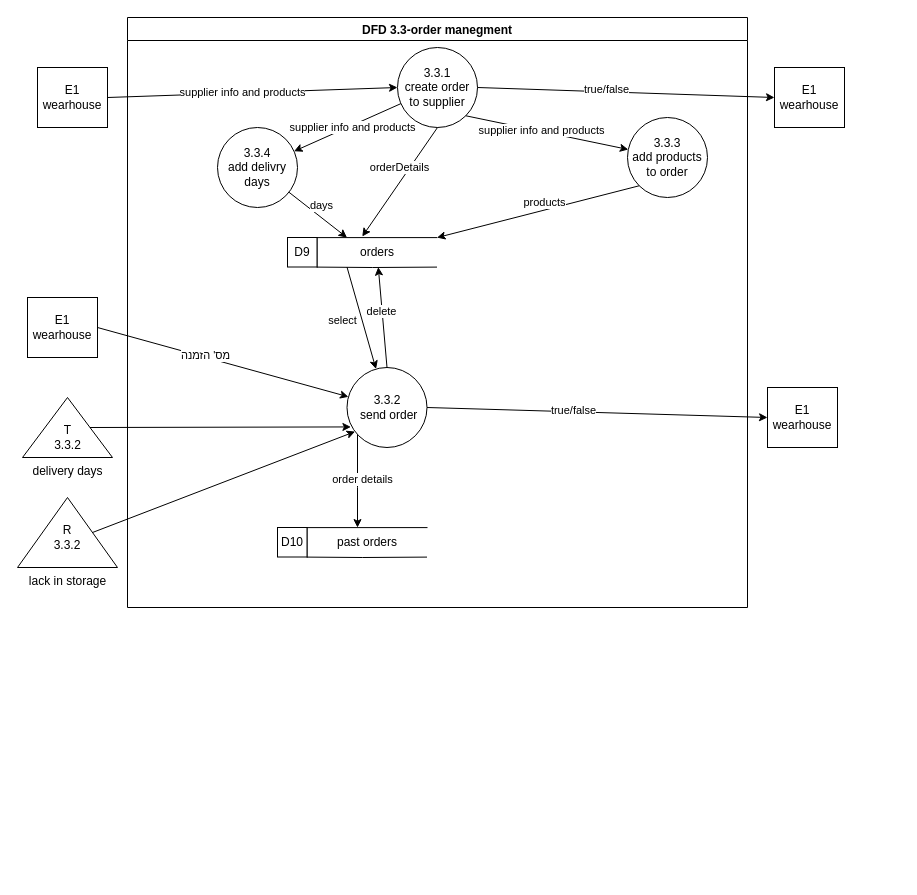
Earlier version of the draw.io diagram page "dfd3.3" (4 of 4) of docs/DFD/DFD3_Supplier.drawio (Naveavra/Market). Source tidied: cells renumbered, new cells numbered last; positions are measured from the earlier drawing's top-left corner, leaving out a move shared by most shapes. Both pictures are drawn from the tidied source at 100%, with x=0, y=0 at pixel (17, 17).
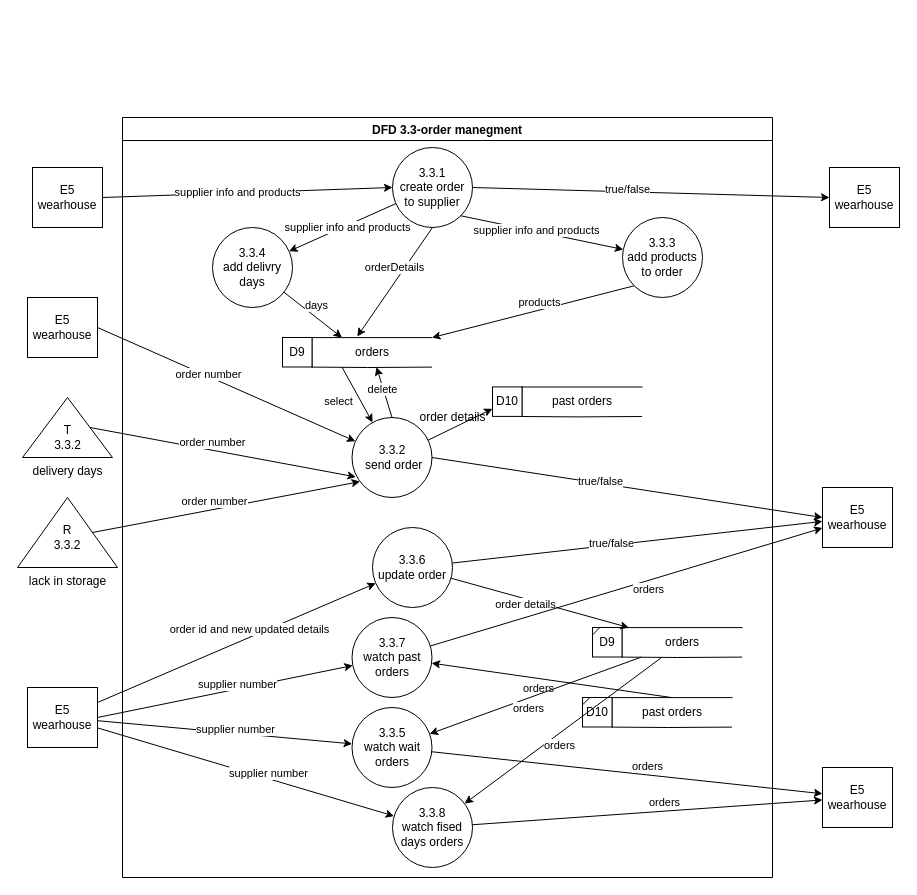
The same diagram, later.

Unchanged cells that the change refers to:
```xml
<mxCell id="28" value="past orders" style="shape=partialRectangle;whiteSpace=wrap;html=1;bottom=0;right=0;fillColor=none;" parent="27" vertex="1">
  <mxGeometry x="29.5" y="0.1" width="120" height="29.5" as="geometry" />
</mxCell>
<mxCell id="30" value="D10" style="whiteSpace=wrap;html=1;" parent="27" vertex="1">
  <mxGeometry width="29.5" height="29.5" as="geometry" />
</mxCell>
<mxCell id="38" style="endArrow=classic;html=1;rounded=0;exitX=1;exitY=0.5;exitDx=0;exitDy=0;" parent="1" edge="1" source="37" target="8">
  <mxGeometry relative="1" as="geometry" />
</mxCell>
<mxCell id="45" style="endArrow=classic;html=1;rounded=0;exitX=0;exitY=0;exitDx=67.5;exitDy=30;exitPerimeter=0;entryX=0.049;entryY=0.743;entryDx=0;entryDy=0;entryPerimeter=0;" parent="1" edge="1" source="43" target="8">
  <mxGeometry relative="1" as="geometry" />
</mxCell>
<mxCell id="46" style="endArrow=classic;html=1;rounded=0;exitX=0;exitY=0;exitDx=75;exitDy=35;entryX=0.101;entryY=0.801;entryDx=0;entryDy=0;entryPerimeter=0;exitPerimeter=0;" parent="1" edge="1" source="47" target="8">
  <mxGeometry relative="1" as="geometry" />
</mxCell>
```

The edit, as a diff of the source:
```diff
@@
     <mxCell id="2" value="DFD 3.3-order manegment" style="swimlane;" parent="1" vertex="1">
-      <mxGeometry x="110" width="620" height="590" as="geometry" />
+      <mxGeometry x="105" y="100" width="650" height="760" as="geometry" />
     </mxCell>
@@
-    <mxCell id="6" style="edgeStyle=orthogonalEdgeStyle;rounded=0;jettySize=auto;html=1;" parent="2" edge="1" source="8" target="28">
-      <mxGeometry relative="1" as="geometry">
-        <Array as="points">
-          <mxPoint x="230" y="470" />
-          <mxPoint x="230" y="470" />
-        </Array>
-      </mxGeometry>
-    </mxCell>
-    <mxCell id="7" value="order details" style="edgeLabel;html=1;align=center;verticalAlign=middle;" parent="6" vertex="1">
-      <mxGeometry x="-0.05" y="4" relative="1" as="geometry" />
-    </mxCell>
     <mxCell id="8" value="3.3.2&lt;br&gt;&amp;nbsp;send order" style="ellipse;whiteSpace=wrap;html=1;" parent="2" vertex="1">
-      <mxGeometry x="219.5" y="350" width="80" height="80" as="geometry" />
+      <mxGeometry x="229.5" y="300" width="80" height="80" as="geometry" />
     </mxCell>
@@
     <mxCell id="27" style="group;" parent="2" vertex="1">
-      <mxGeometry x="150" y="510" width="149.5" height="29.6" as="geometry" />
+      <mxGeometry x="370" y="269.4" width="149.5" height="29.6" as="geometry" />
     </mxCell>
@@
+    <mxCell id="49" value="3.3.6&lt;br&gt;update order" style="ellipse;whiteSpace=wrap;html=1;" parent="2" vertex="1">
+      <mxGeometry x="250" y="410" width="80" height="80" as="geometry" />
+    </mxCell>
+    <mxCell id="50" value="3.3.5&lt;br&gt;watch wait orders" style="ellipse;whiteSpace=wrap;html=1;" parent="2" vertex="1">
+      <mxGeometry x="229.5" y="590" width="80" height="80" as="geometry" />
+    </mxCell>
+    <mxCell id="51" value="3.3.7&lt;br&gt;watch past orders" style="ellipse;whiteSpace=wrap;html=1;" parent="2" vertex="1">
+      <mxGeometry x="229.5" y="500" width="80" height="80" as="geometry" />
+    </mxCell>
+    <mxCell id="52" value="3.3.8&lt;br&gt;watch fised days orders" style="ellipse;whiteSpace=wrap;html=1;" parent="2" vertex="1">
+      <mxGeometry x="270" y="670" width="80" height="80" as="geometry" />
+    </mxCell>
+    <mxCell id="53" style="endArrow=classic;html=1;rounded=0;" parent="2" edge="1" source="8" target="30">
+      <mxGeometry relative="1" as="geometry" />
+    </mxCell>
+    <mxCell id="54" style="group;" parent="2" vertex="1">
+      <mxGeometry x="470" y="510" width="149.5" height="29.6" as="geometry" />
+    </mxCell>
+    <mxCell id="55" value="orders" style="shape=partialRectangle;whiteSpace=wrap;html=1;bottom=0;right=0;fillColor=none;" parent="54" vertex="1">
+      <mxGeometry x="29.5" y="0.1" width="120" height="29.5" as="geometry" />
+    </mxCell>
+    <mxCell id="56" style="endArrow=none;html=1;rounded=0;entryX=1;entryY=1;entryDx=0;entryDy=0;" parent="54" edge="1" target="55">
+      <mxGeometry relative="1" as="geometry">
+        <mxPoint x="29.5" y="29.6" as="sourcePoint" />
+        <Array as="points">
+          <mxPoint x="85.2" y="30" />
+        </Array>
+      </mxGeometry>
+    </mxCell>
+    <mxCell id="57" value="D9" style="whiteSpace=wrap;html=1;" parent="54" vertex="1">
+      <mxGeometry width="29.5" height="29.5" as="geometry" />
+    </mxCell>
+    <mxCell id="58" style="endArrow=none;html=1;rounded=0;exitX=0;exitY=0.25;exitDx=0;exitDy=0;entryX=0.25;entryY=0;entryDx=0;entryDy=0;" parent="54" edge="1" source="57" target="57">
+      <mxGeometry relative="1" as="geometry" />
+    </mxCell>
+    <mxCell id="59" style="endArrow=classic;html=1;rounded=0;" parent="2" edge="1" source="49" target="55">
+      <mxGeometry relative="1" as="geometry" />
+    </mxCell>
+    <mxCell id="7" value="order details" style="edgeLabel;html=1;align=center;verticalAlign=middle;" parent="59" vertex="1">
+      <mxGeometry x="-0.16" y="-5" relative="1" as="geometry" />
+    </mxCell>
+    <mxCell id="60" style="endArrow=classic;html=1;rounded=0;exitX=0.5;exitY=0;exitDx=0;exitDy=0;" parent="2" edge="1" source="63" target="51">
+      <mxGeometry relative="1" as="geometry" />
+    </mxCell>
+    <mxCell id="61" value="orders" style="edgeLabel;html=1;align=center;verticalAlign=middle;" parent="60" vertex="1">
+      <mxGeometry x="0.1" y="9" relative="1" as="geometry" />
+    </mxCell>
+    <mxCell id="62" style="group;" parent="2" vertex="1">
+      <mxGeometry x="460" y="580" width="149.5" height="29.6" as="geometry" />
+    </mxCell>
+    <mxCell id="63" value="past orders" style="shape=partialRectangle;whiteSpace=wrap;html=1;bottom=0;right=0;fillColor=none;" parent="62" vertex="1">
+      <mxGeometry x="29.5" y="0.1" width="120" height="29.5" as="geometry" />
+    </mxCell>
+    <mxCell id="64" style="endArrow=none;html=1;rounded=0;entryX=1;entryY=1;entryDx=0;entryDy=0;" parent="62" edge="1" target="63">
+      <mxGeometry relative="1" as="geometry">
+        <mxPoint x="29.5" y="29.6" as="sourcePoint" />
+        <Array as="points">
+          <mxPoint x="85.2" y="30" />
+        </Array>
+      </mxGeometry>
+    </mxCell>
+    <mxCell id="65" value="D10" style="whiteSpace=wrap;html=1;" parent="62" vertex="1">
+      <mxGeometry width="29.5" height="29.5" as="geometry" />
+    </mxCell>
+    <mxCell id="66" style="endArrow=none;html=1;rounded=0;exitX=0;exitY=0.25;exitDx=0;exitDy=0;entryX=0.25;entryY=0;entryDx=0;entryDy=0;" parent="62" edge="1" source="65" target="65">
+      <mxGeometry relative="1" as="geometry" />
+    </mxCell>
+    <mxCell id="67" style="endArrow=classic;html=1;rounded=0;" parent="2" edge="1" source="55" target="50">
+      <mxGeometry relative="1" as="geometry" />
+    </mxCell>
+    <mxCell id="68" value="orders" style="edgeLabel;html=1;align=center;verticalAlign=middle;" parent="67" vertex="1">
+      <mxGeometry x="0.1" y="9" relative="1" as="geometry" />
+    </mxCell>
+    <mxCell id="69" style="endArrow=classic;html=1;rounded=0;" parent="2" edge="1" source="55" target="52">
+      <mxGeometry relative="1" as="geometry" />
+    </mxCell>
+    <mxCell id="70" value="orders" style="edgeLabel;html=1;align=center;verticalAlign=middle;" parent="69" vertex="1">
+      <mxGeometry x="0.1" y="9" relative="1" as="geometry" />
+    </mxCell>
-    <mxCell id="31" value="E1&lt;br&gt;wearhouse" style="rounded=0;whiteSpace=wrap;html=1;" parent="1" vertex="1">
-      <mxGeometry x="20" y="50" width="70" height="60" as="geometry" />
+    <mxCell id="31" value="E5&lt;br&gt;wearhouse" style="rounded=0;whiteSpace=wrap;html=1;" parent="1" vertex="1">
+      <mxGeometry x="15" y="150" width="70" height="60" as="geometry" />
     </mxCell>
-    <mxCell id="32" value="E1&lt;br&gt;wearhouse" style="rounded=0;whiteSpace=wrap;html=1;" parent="1" vertex="1">
-      <mxGeometry x="757" y="50" width="70" height="60" as="geometry" />
+    <mxCell id="32" value="E5&lt;br&gt;wearhouse" style="rounded=0;whiteSpace=wrap;html=1;" parent="1" vertex="1">
+      <mxGeometry x="812" y="150" width="70" height="60" as="geometry" />
     </mxCell>
@@
-    <mxCell id="37" value="E1&lt;br&gt;wearhouse" style="rounded=0;whiteSpace=wrap;html=1;" parent="1" vertex="1">
+    <mxCell id="37" value="E5&lt;br&gt;wearhouse" style="rounded=0;whiteSpace=wrap;html=1;" parent="1" vertex="1">
       <mxGeometry x="10" y="280" width="70" height="60" as="geometry" />
     </mxCell>
@@
-    <mxCell id="39" value="מס' הזמנה" style="edgeLabel;html=1;align=center;verticalAlign=middle;" parent="38" vertex="1">
+    <mxCell id="39" value="order number" style="edgeLabel;html=1;align=center;verticalAlign=middle;" parent="38" vertex="1">
       <mxGeometry x="-0.15" y="2" relative="1" as="geometry" />
     </mxCell>
@@
-    <mxCell id="42" value="E1&lt;br&gt;wearhouse" style="rounded=0;whiteSpace=wrap;html=1;" parent="1" vertex="1">
-      <mxGeometry x="750" y="370" width="70" height="60" as="geometry" />
+    <mxCell id="42" value="E5&lt;br&gt;wearhouse" style="rounded=0;whiteSpace=wrap;html=1;" parent="1" vertex="1">
+      <mxGeometry x="805" y="470" width="70" height="60" as="geometry" />
     </mxCell>
@@
+    <mxCell id="71" value="order number" style="edgeLabel;html=1;align=center;verticalAlign=middle;" parent="45" vertex="1">
+      <mxGeometry x="-0.09" y="8" relative="1" as="geometry" />
+    </mxCell>
@@
+    <mxCell id="72" value="order number" style="edgeLabel;html=1;align=center;verticalAlign=middle;" parent="46" vertex="1">
+      <mxGeometry x="-0.08" y="8" relative="1" as="geometry" />
+    </mxCell>
@@
+    <mxCell id="73" value="order details" style="text;html=1;align=center;verticalAlign=middle;strokeColor=none;fillColor=none;" parent="1" vertex="1">
+      <mxGeometry x="395" y="390" width="80" height="20" as="geometry" />
+    </mxCell>
+    <mxCell id="74" value="E5&lt;br&gt;wearhouse" style="rounded=0;whiteSpace=wrap;html=1;" parent="1" vertex="1">
+      <mxGeometry x="10" y="670" width="70" height="60" as="geometry" />
+    </mxCell>
+    <mxCell id="75" style="endArrow=classic;html=1;rounded=0;" parent="1" edge="1" source="74" target="49">
+      <mxGeometry relative="1" as="geometry" />
+    </mxCell>
+    <mxCell id="76" value="order id and new updated details" style="edgeLabel;html=1;align=center;verticalAlign=middle;" parent="75" vertex="1">
+      <mxGeometry x="0.11" y="7" relative="1" as="geometry">
+        <mxPoint y="-1" as="offset" />
+      </mxGeometry>
+    </mxCell>
+    <mxCell id="77" style="endArrow=classic;html=1;rounded=0;exitX=1;exitY=0.5;exitDx=0;exitDy=0;" parent="1" edge="1" source="74" target="51">
+      <mxGeometry relative="1" as="geometry" />
+    </mxCell>
+    <mxCell id="78" value="supplier number" style="edgeLabel;html=1;align=center;verticalAlign=middle;" parent="77" vertex="1">
+      <mxGeometry x="0.1" y="5" relative="1" as="geometry" />
+    </mxCell>
+    <mxCell id="79" style="endArrow=classic;html=1;rounded=0;" parent="1" edge="1" source="74" target="50">
+      <mxGeometry relative="1" as="geometry" />
+    </mxCell>
+    <mxCell id="80" value="supplier number" style="edgeLabel;html=1;align=center;verticalAlign=middle;" parent="79" vertex="1">
+      <mxGeometry x="0.08" y="4" relative="1" as="geometry" />
+    </mxCell>
+    <mxCell id="81" style="endArrow=classic;html=1;rounded=0;" parent="1" edge="1" source="74" target="52">
+      <mxGeometry relative="1" as="geometry" />
+    </mxCell>
+    <mxCell id="82" value="supplier number" style="edgeLabel;html=1;align=center;verticalAlign=middle;" parent="81" vertex="1">
+      <mxGeometry x="0.14" y="5" relative="1" as="geometry" />
+    </mxCell>
+    <mxCell id="83" style="endArrow=classic;html=1;rounded=0;" parent="1" edge="1" source="49" target="42">
+      <mxGeometry relative="1" as="geometry" />
+    </mxCell>
+    <mxCell id="84" value="true/false" style="edgeLabel;html=1;align=center;verticalAlign=middle;" parent="83" vertex="1">
+      <mxGeometry x="-0.14" y="2" relative="1" as="geometry" />
+    </mxCell>
+    <mxCell id="85" style="endArrow=classic;html=1;rounded=0;" parent="1" edge="1" source="51" target="42">
+      <mxGeometry relative="1" as="geometry" />
+    </mxCell>
+    <mxCell id="86" value="orders" style="edgeLabel;html=1;align=center;verticalAlign=middle;" parent="85" vertex="1">
+      <mxGeometry x="0.1" y="-8" relative="1" as="geometry" />
+    </mxCell>
+    <mxCell id="87" value="E5&lt;br&gt;wearhouse" style="rounded=0;whiteSpace=wrap;html=1;" parent="1" vertex="1">
+      <mxGeometry x="805" y="750" width="70" height="60" as="geometry" />
+    </mxCell>
+    <mxCell id="88" style="endArrow=classic;html=1;rounded=0;" parent="1" edge="1" source="50" target="87">
+      <mxGeometry relative="1" as="geometry" />
+    </mxCell>
+    <mxCell id="89" value="orders" style="edgeLabel;html=1;align=center;verticalAlign=middle;" parent="88" vertex="1">
+      <mxGeometry x="0.1" y="9" relative="1" as="geometry" />
+    </mxCell>
+    <mxCell id="90" style="endArrow=classic;html=1;rounded=0;" parent="1" edge="1" source="52" target="87">
+      <mxGeometry relative="1" as="geometry" />
+    </mxCell>
+    <mxCell id="91" value="orders" style="edgeLabel;html=1;align=center;verticalAlign=middle;" parent="90" vertex="1">
+      <mxGeometry x="0.1" y="9" relative="1" as="geometry" />
+    </mxCell>
```
